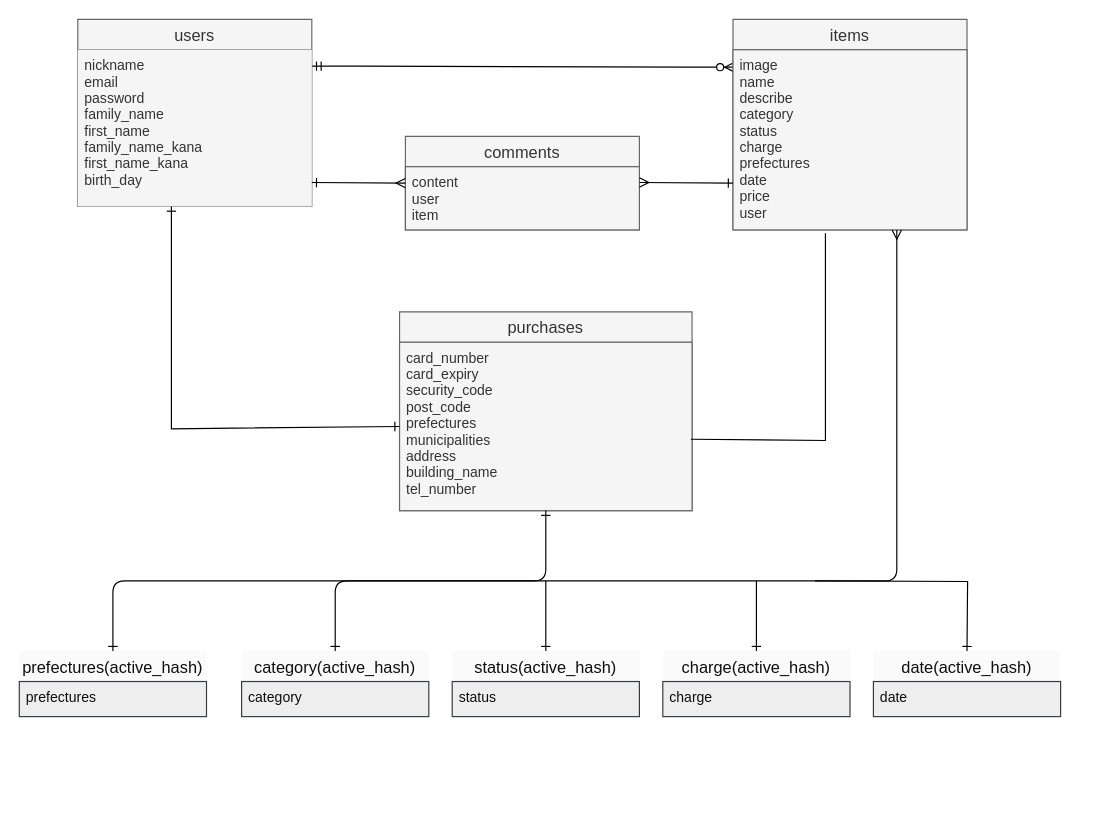
Earlier version of the draw.io diagram er.dio (TT38294/furima-37409). Source tidied: cells renumbered, new cells numbered last; positions are measured from the earlier drawing's top-left corner, leaving out a move shared by most shapes. Both pictures are drawn from the tidied source at 117%, with x=0, y=0 at pixel (19, 19).
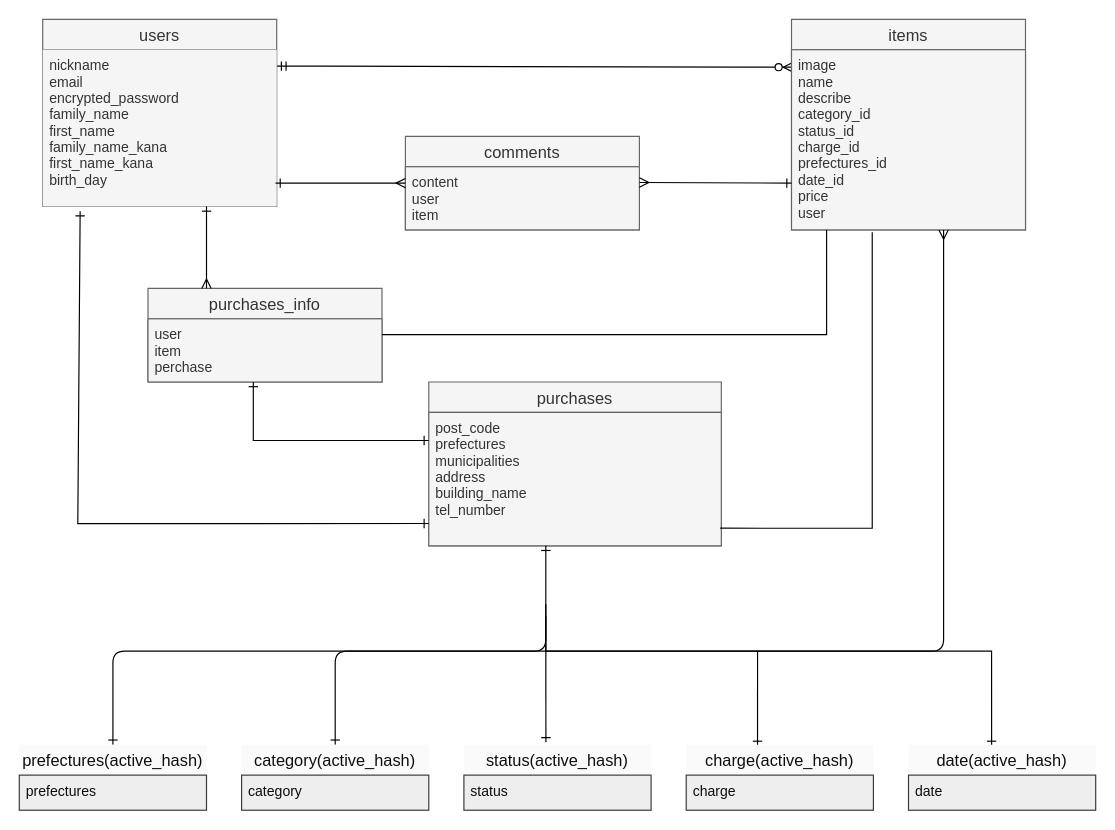
Above is the later version.

The edit, as a diff of the source:
```diff
@@
     <mxCell id="5" value="purchases" style="swimlane;fontStyle=0;horizontal=1;startSize=26;align=center;fontSize=14;fillColor=#f5f5f5;fontColor=#333333;strokeColor=#666666;" parent="1" vertex="1">
-      <mxGeometry x="325" y="250" width="250" height="170" as="geometry" />
+      <mxGeometry x="350" y="310" width="250" height="140" as="geometry" />
     </mxCell>
-    <mxCell id="6" value="card_number&#10;card_expiry&#10;security_code&#10;post_code&#10;prefectures&#10;municipalities&#10;address&#10;building_name&#10;tel_number" style="text;strokeColor=#666666;fillColor=#f5f5f5;spacingLeft=4;spacingRight=4;overflow=hidden;points=[[0,0.5],[1,0.5]];portConstraint=eastwest;fontSize=12;fontColor=#333333;" parent="5" vertex="1">
-      <mxGeometry y="26" width="250" height="144" as="geometry" />
+    <mxCell id="6" value="post_code&#10;prefectures&#10;municipalities&#10;address&#10;building_name&#10;tel_number" style="text;strokeColor=#666666;fillColor=#f5f5f5;spacingLeft=4;spacingRight=4;overflow=hidden;points=[[0,0.5],[1,0.5]];portConstraint=eastwest;fontSize=12;fontColor=#333333;" parent="5" vertex="1">
+      <mxGeometry y="26" width="250" height="114" as="geometry" />
     </mxCell>
     <mxCell id="7" value="users" style="swimlane;fontStyle=0;horizontal=1;startSize=26;align=center;fontSize=14;fillColor=#f5f5f5;fontColor=#333333;strokeColor=#666666;" parent="1" vertex="1">
-      <mxGeometry x="50" width="200" height="160" as="geometry" />
+      <mxGeometry x="20" width="200" height="160" as="geometry" />
     </mxCell>
-    <mxCell id="8" value="nickname&#10;email&#10;password&#10;family_name&#10;first_name&#10;family_name_kana&#10;first_name_kana&#10;birth_day" style="text;strokeColor=none;fillColor=#f5f5f5;spacingLeft=4;spacingRight=4;overflow=hidden;points=[[0,0.5],[1,0.5]];portConstraint=eastwest;fontSize=12;fontColor=#333333;" parent="7" vertex="1">
+    <mxCell id="8" value="nickname&#10;email&#10;encrypted_password&#10;family_name&#10;first_name&#10;family_name_kana&#10;first_name_kana&#10;birth_day" style="text;strokeColor=none;fillColor=#f5f5f5;spacingLeft=4;spacingRight=4;overflow=hidden;points=[[0,0.5],[1,0.5]];portConstraint=eastwest;fontSize=12;fontColor=#333333;" parent="7" vertex="1">
       <mxGeometry y="26" width="200" height="134" as="geometry" />
     </mxCell>
     <mxCell id="9" value="items" style="swimlane;fontStyle=0;horizontal=1;startSize=26;align=center;fontSize=14;fillColor=#f5f5f5;fontColor=#333333;strokeColor=#666666;" parent="1" vertex="1">
-      <mxGeometry x="610" width="200" height="180" as="geometry" />
+      <mxGeometry x="660" width="200" height="180" as="geometry" />
     </mxCell>
-    <mxCell id="10" value="image&#10;name&#10;describe&#10;category&#10;status&#10;charge&#10;prefectures&#10;date&#10;price&#10;user" style="text;strokeColor=#666666;fillColor=#f5f5f5;spacingLeft=4;spacingRight=4;overflow=hidden;points=[[0,0.5],[1,0.5]];portConstraint=eastwest;fontSize=12;fontColor=#333333;" parent="9" vertex="1">
+    <mxCell id="10" value="image&#10;name&#10;describe&#10;category_id&#10;status_id&#10;charge_id&#10;prefectures_id&#10;date_id&#10;price&#10;user" style="text;strokeColor=#666666;fillColor=#f5f5f5;spacingLeft=4;spacingRight=4;overflow=hidden;points=[[0,0.5],[1,0.5]];portConstraint=eastwest;fontSize=12;fontColor=#333333;" parent="9" vertex="1">
       <mxGeometry y="26" width="200" height="154" as="geometry" />
     </mxCell>
@@
-    <mxCell id="13" style="endArrow=ERmany;html=1;rounded=0;startArrow=ERone;startFill=0;endFill=0;" parent="1" edge="1">
+    <mxCell id="13" style="endArrow=ERmany;html=1;rounded=0;startArrow=ERone;startFill=0;endFill=0;exitX=0.995;exitY=0.851;exitDx=0;exitDy=0;exitPerimeter=0;" parent="1" edge="1" source="8">
       <mxGeometry relative="1" as="geometry">
-        <mxPoint x="250" y="139.5" as="sourcePoint" />
         <mxPoint x="330" y="140" as="targetPoint" />
       </mxGeometry>
     </mxCell>
     <mxCell id="14" style="endArrow=ERone;html=1;rounded=0;startArrow=ERmany;startFill=0;endFill=0;" parent="1" edge="1">
       <mxGeometry relative="1" as="geometry">
         <mxPoint x="530" y="139.5" as="sourcePoint" />
-        <mxPoint x="610" y="140" as="targetPoint" />
+        <mxPoint x="660" y="140" as="targetPoint" />
       </mxGeometry>
     </mxCell>
-    <mxCell id="15" style="endArrow=ERone;html=1;rounded=0;startArrow=ERone;startFill=0;endFill=0;entryX=0;entryY=0.5;entryDx=0;entryDy=0;" parent="1" edge="1" target="6">
+    <mxCell id="15" style="endArrow=ERone;html=1;rounded=0;startArrow=ERone;startFill=0;endFill=0;exitX=0.16;exitY=1.03;exitDx=0;exitDy=0;exitPerimeter=0;entryX=0;entryY=0.833;entryDx=0;entryDy=0;entryPerimeter=0;" parent="1" edge="1" source="8" target="6">
       <mxGeometry relative="1" as="geometry">
-        <mxPoint x="130" y="160" as="sourcePoint" />
         <Array as="points">
-          <mxPoint x="130" y="350" />
+          <mxPoint x="50" y="431" />
         </Array>
       </mxGeometry>
     </mxCell>
-    <mxCell id="16" style="endArrow=none;html=1;rounded=0;entryX=0.395;entryY=1.019;entryDx=0;entryDy=0;entryPerimeter=0;exitX=0.996;exitY=0.576;exitDx=0;exitDy=0;exitPerimeter=0;" parent="1" edge="1" source="6" target="10">
+    <mxCell id="16" style="endArrow=none;html=1;rounded=0;entryX=0.345;entryY=1.013;entryDx=0;entryDy=0;entryPerimeter=0;exitX=0.996;exitY=0.868;exitDx=0;exitDy=0;exitPerimeter=0;" parent="1" edge="1" source="6" target="10">
       <mxGeometry relative="1" as="geometry">
         <Array as="points">
-          <mxPoint x="689" y="360" />
+          <mxPoint x="729" y="435" />
         </Array>
       </mxGeometry>
     </mxCell>
-    <mxCell id="17" style="edgeStyle=orthogonalEdgeStyle;fontSize=12;html=1;endArrow=ERone;startArrow=ERone;exitX=0.5;exitY=0;exitDx=0;exitDy=0;entryX=0.5;entryY=1;entryDx=0;entryDy=0;startFill=0;endFill=0;" parent="1" edge="1" source="22" target="5">
+    <mxCell id="17" style="edgeStyle=orthogonalEdgeStyle;fontSize=12;html=1;endArrow=ERone;startArrow=ERone;exitX=0.5;exitY=0;exitDx=0;exitDy=0;startFill=0;endFill=0;" parent="1" edge="1" source="22">
       <mxGeometry relative="1" as="geometry">
+        <mxPoint x="450" y="450" as="targetPoint" />
         <Array as="points">
-          <mxPoint x="80" y="480" />
-          <mxPoint x="450" y="480" />
+          <mxPoint x="80" y="540" />
+          <mxPoint x="450" y="540" />
         </Array>
       </mxGeometry>
     </mxCell>
-    <mxCell id="18" style="edgeStyle=orthogonalEdgeStyle;fontSize=12;html=1;endArrow=ERmany;startArrow=ERone;startFill=0;endFill=0;" parent="1" edge="1">
+    <mxCell id="18" style="edgeStyle=orthogonalEdgeStyle;fontSize=12;html=1;endArrow=ERmany;startArrow=ERone;startFill=0;endFill=0;exitX=0.5;exitY=0;exitDx=0;exitDy=0;" parent="1" edge="1" source="24">
       <mxGeometry relative="1" as="geometry">
-        <mxPoint x="270" y="540" as="sourcePoint" />
-        <mxPoint x="750" y="180" as="targetPoint" />
+        <mxPoint x="790" y="180" as="targetPoint" />
         <Array as="points">
-          <mxPoint x="270" y="480" />
-          <mxPoint x="750" y="480" />
+          <mxPoint x="270" y="540" />
+          <mxPoint x="790" y="540" />
+          <mxPoint x="790" y="180" />
         </Array>
       </mxGeometry>
     </mxCell>
-    <mxCell id="19" style="endArrow=none;html=1;rounded=0;exitX=0.5;exitY=0;exitDx=0;exitDy=0;startArrow=ERone;startFill=0;" parent="1" edge="1">
+    <mxCell id="19" style="endArrow=none;html=1;rounded=0;exitX=0.438;exitY=-0.036;exitDx=0;exitDy=0;startArrow=ERone;startFill=0;exitPerimeter=0;" parent="1" edge="1" source="26">
       <mxGeometry relative="1" as="geometry">
-        <mxPoint x="450" y="540" as="sourcePoint" />
-        <mxPoint x="450" y="480" as="targetPoint" />
+        <mxPoint x="450" y="510" as="targetPoint" />
       </mxGeometry>
     </mxCell>
-    <mxCell id="20" style="endArrow=ERone;html=1;rounded=0;edgeStyle=orthogonalEdgeStyle;entryX=0.5;entryY=0;entryDx=0;entryDy=0;startArrow=none;startFill=0;endFill=0;" parent="1" edge="1">
+    <mxCell id="20" style="endArrow=ERone;html=1;rounded=0;edgeStyle=orthogonalEdgeStyle;entryX=0.444;entryY=0.018;entryDx=0;entryDy=0;startArrow=none;startFill=0;endFill=0;entryPerimeter=0;" parent="1" edge="1" target="30">
       <mxGeometry relative="1" as="geometry">
-        <mxPoint x="680" y="480" as="sourcePoint" />
-        <mxPoint x="810" y="540" as="targetPoint" />
+        <mxPoint x="450" y="500" as="sourcePoint" />
+        <Array as="points">
+          <mxPoint x="450" y="540" />
+          <mxPoint x="831" y="540" />
+        </Array>
       </mxGeometry>
     </mxCell>
-    <mxCell id="21" style="endArrow=ERone;html=1;rounded=0;entryX=0.5;entryY=0;entryDx=0;entryDy=0;startArrow=none;startFill=0;endFill=0;" parent="1" edge="1">
+    <mxCell id="21" style="endArrow=ERone;html=1;rounded=0;startArrow=none;startFill=0;endFill=0;entryX=0.381;entryY=0.018;entryDx=0;entryDy=0;entryPerimeter=0;" parent="1" edge="1" target="28">
       <mxGeometry relative="1" as="geometry">
-        <mxPoint x="630" y="480" as="sourcePoint" />
-        <mxPoint x="630" y="540" as="targetPoint" />
+        <mxPoint x="631" y="540" as="sourcePoint" />
       </mxGeometry>
     </mxCell>
     <mxCell id="22" value="prefectures(active_hash)" style="swimlane;fontStyle=0;horizontal=1;startSize=26;align=center;fontSize=14;fillColor=#FAFAFA;strokeColor=none;fontColor=#0F0F0F;strokeWidth=1;perimeterSpacing=0;" parent="1" vertex="1">
-      <mxGeometry y="540" width="160" height="56" as="geometry" />
+      <mxGeometry y="620" width="160" height="56" as="geometry" />
     </mxCell>
@@
     <mxCell id="24" value="category(active_hash)" style="swimlane;fontStyle=0;horizontal=1;startSize=26;align=center;fontSize=14;fillColor=#FAFAFA;strokeColor=none;fontColor=#0F0F0F;strokeWidth=1;perimeterSpacing=0;" parent="1" vertex="1">
-      <mxGeometry x="190" y="540" width="160" height="56" as="geometry" />
+      <mxGeometry x="190" y="620" width="160" height="56" as="geometry" />
     </mxCell>
@@
     <mxCell id="26" value="status(active_hash)" style="swimlane;fontStyle=0;horizontal=1;startSize=26;align=center;fontSize=14;fillColor=#FAFAFA;strokeColor=none;fontColor=#0F0F0F;strokeWidth=1;perimeterSpacing=0;" parent="1" vertex="1">
-      <mxGeometry x="370" y="540" width="160" height="56" as="geometry" />
+      <mxGeometry x="380" y="620" width="160" height="56" as="geometry" />
     </mxCell>
@@
     <mxCell id="28" value="charge(active_hash)" style="swimlane;fontStyle=0;horizontal=1;startSize=26;align=center;fontSize=14;fillColor=#FAFAFA;strokeColor=none;fontColor=#0F0F0F;strokeWidth=1;perimeterSpacing=0;" parent="1" vertex="1">
-      <mxGeometry x="550" y="540" width="160" height="56" as="geometry" />
+      <mxGeometry x="570" y="620" width="160" height="56" as="geometry" />
     </mxCell>
@@
     <mxCell id="30" value="date(active_hash)" style="swimlane;fontStyle=0;horizontal=1;startSize=26;align=center;fontSize=14;fillColor=#FAFAFA;strokeColor=none;fontColor=#0F0F0F;strokeWidth=1;perimeterSpacing=0;" parent="1" vertex="1">
-      <mxGeometry x="730" y="540" width="160" height="56" as="geometry" />
+      <mxGeometry x="760" y="620" width="160" height="56" as="geometry" />
     </mxCell>
@@
+    <mxCell id="32" value="purchases_info" style="swimlane;fontStyle=0;horizontal=1;startSize=26;align=center;fontSize=14;fillColor=#f5f5f5;fontColor=#333333;strokeColor=#666666;" parent="1" vertex="1">
+      <mxGeometry x="110" y="230" width="200" height="80" as="geometry" />
+    </mxCell>
+    <mxCell id="33" value="user&#10;item&#10;perchase" style="text;strokeColor=#666666;fillColor=#f5f5f5;spacingLeft=4;spacingRight=4;overflow=hidden;fontSize=12;fontColor=#333333;" parent="32" vertex="1">
+      <mxGeometry y="26" width="200" height="54" as="geometry" />
+    </mxCell>
+    <mxCell id="34" style="endArrow=ERone;html=1;rounded=0;fontColor=#0D0D0D;startArrow=ERone;startFill=0;endFill=0;edgeStyle=orthogonalEdgeStyle;" parent="1" edge="1">
+      <mxGeometry relative="1" as="geometry">
+        <mxPoint x="200" y="310" as="sourcePoint" />
+        <mxPoint x="350" y="360" as="targetPoint" />
+        <Array as="points">
+          <mxPoint x="200" y="360" />
+        </Array>
+      </mxGeometry>
+    </mxCell>
+    <mxCell id="35" style="endArrow=ERone;html=1;rounded=0;fontColor=#0D0D0D;exitX=0.25;exitY=0;exitDx=0;exitDy=0;startArrow=ERmany;startFill=0;endFill=0;" parent="1" edge="1" source="32">
+      <mxGeometry relative="1" as="geometry">
+        <mxPoint x="160" y="160" as="targetPoint" />
+      </mxGeometry>
+    </mxCell>
+    <mxCell id="36" style="endArrow=none;html=1;rounded=0;fontColor=#0D0D0D;edgeStyle=orthogonalEdgeStyle;entryX=0.15;entryY=1;entryDx=0;entryDy=0;entryPerimeter=0;" parent="1" edge="1" target="10">
+      <mxGeometry relative="1" as="geometry">
+        <mxPoint x="310" y="269.5" as="sourcePoint" />
+        <Array as="points">
+          <mxPoint x="690" y="270" />
+        </Array>
+      </mxGeometry>
+    </mxCell>
```
